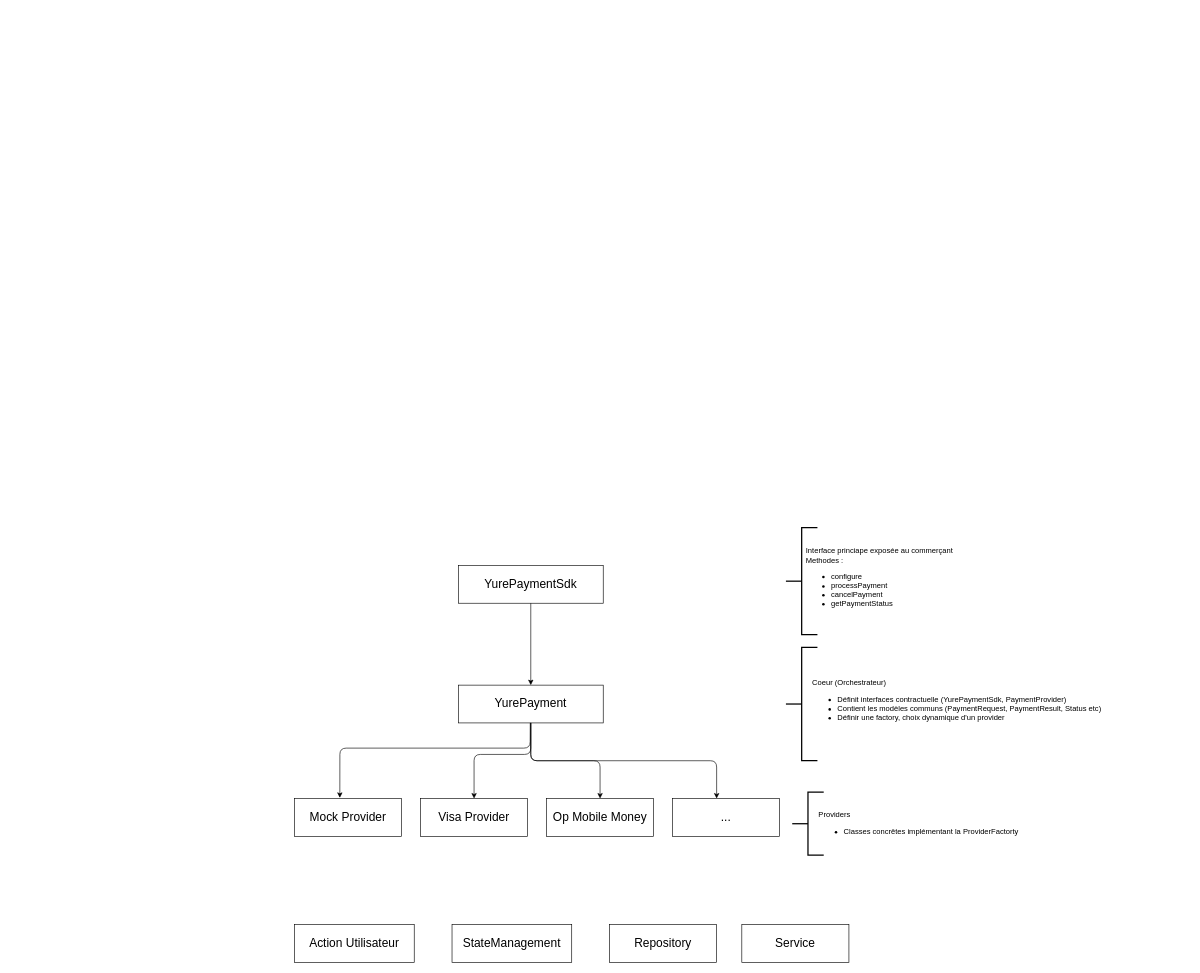
This is docs/architecture.drawio from yohan387/yure_pay, a draw.io file, before an edit. Source tidied: cells renumbered, new cells numbered last; positions are measured from the earlier drawing's top-left corner, leaving out a move shared by most shapes. Both pictures are drawn from the tidied source at 63%, with x=0, y=0 at pixel (294, 527).
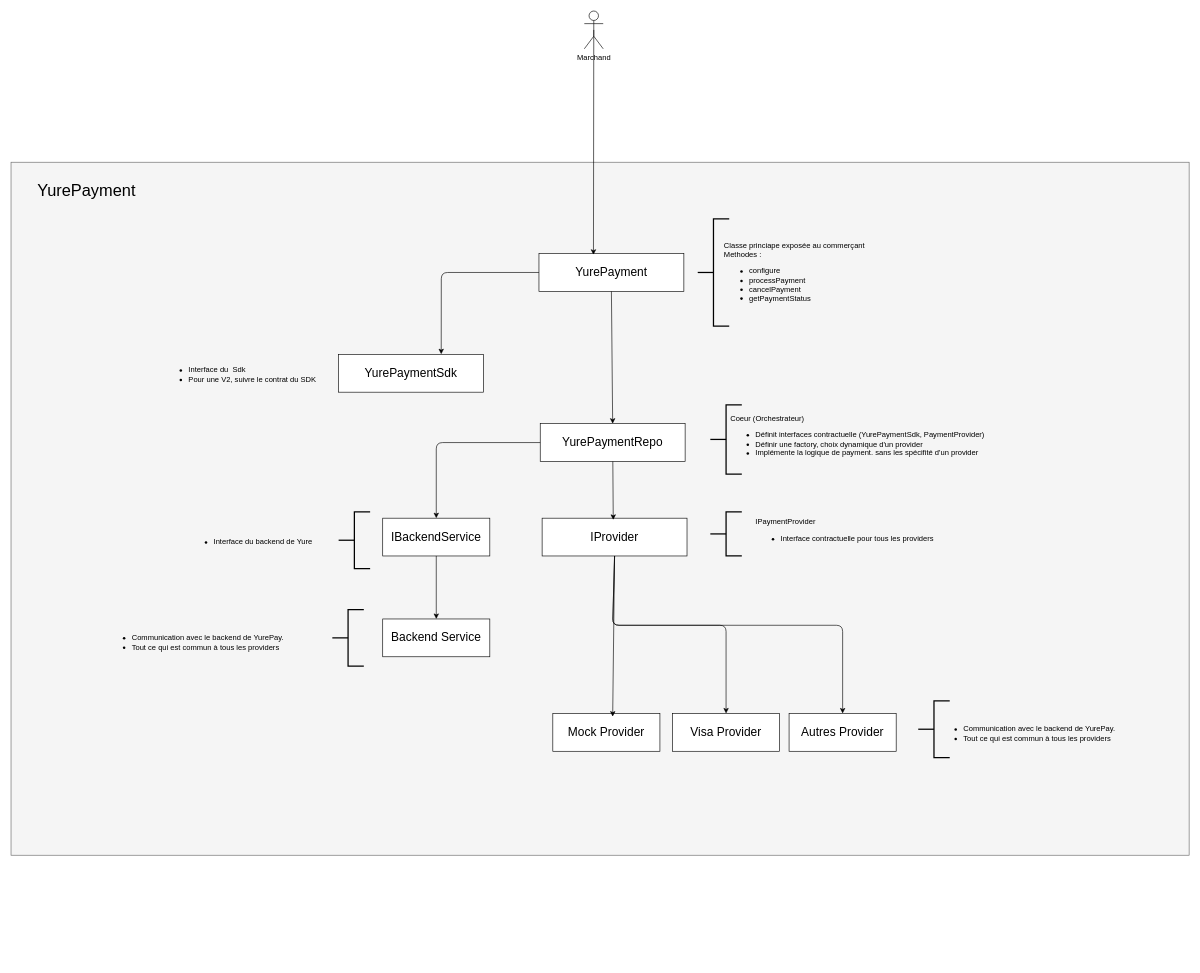
The same diagram, later.

The edit, as a diff of the source:
```diff
@@
+    <mxCell id="24" value="Marchand" style="shape=umlActor;verticalLabelPosition=bottom;verticalAlign=top;html=1;outlineConnect=0;" parent="1" vertex="1">
+      <mxGeometry x="460" y="-820" width="30" height="60" as="geometry" />
+    </mxCell>
+    <mxCell id="25" style="rounded=0;whiteSpace=wrap;html=1;fillColor=#f5f5f5;fontColor=#333333;strokeColor=#666666;" parent="1" vertex="1">
+      <mxGeometry x="-450" y="-580" width="1870" height="1100" as="geometry" />
+    </mxCell>
+    <mxCell id="26" style="group;" parent="1" vertex="1">
+      <mxGeometry x="-300" y="-490" width="1420" height="855" as="geometry" />
+    </mxCell>
-    <mxCell id="2" value="&lt;font style=&quot;font-size: 19px;&quot;&gt;YurePaymentSdk&lt;/font&gt;" style="rounded=0;whiteSpace=wrap;html=1;" parent="1" vertex="1">
-      <mxGeometry x="260" y="60" width="230" height="60" as="geometry" />
+    <mxCell id="2" value="&lt;font style=&quot;font-size: 19px;&quot;&gt;YurePaymentSdk&lt;/font&gt;" style="rounded=0;whiteSpace=wrap;html=1;" parent="26" vertex="1">
+      <mxGeometry x="370" y="215" width="230" height="60" as="geometry" />
     </mxCell>
-    <mxCell id="3" value="&lt;font style=&quot;font-size: 19px;&quot;&gt;YurePayment&lt;/font&gt;" style="rounded=0;whiteSpace=wrap;html=1;" parent="1" vertex="1">
-      <mxGeometry x="260" y="250" width="230" height="60" as="geometry" />
-    </mxCell>
+    <mxCell id="27" value="&lt;font style=&quot;font-size: 19px;&quot;&gt;YurePaymentRepo&lt;/font&gt;" style="rounded=0;whiteSpace=wrap;html=1;" parent="26" vertex="1">
+      <mxGeometry x="690" y="325" width="230" height="60" as="geometry" />
+    </mxCell>
-    <mxCell id="4" value="&lt;font style=&quot;font-size: 19px;&quot;&gt;Mock Provider&lt;/font&gt;" style="rounded=0;whiteSpace=wrap;html=1;" parent="1" vertex="1">
-      <mxGeometry y="430" width="170" height="60" as="geometry" />
+    <mxCell id="4" value="&lt;font style=&quot;font-size: 19px;&quot;&gt;Mock Provider&lt;/font&gt;" style="rounded=0;whiteSpace=wrap;html=1;" parent="26" vertex="1">
+      <mxGeometry x="710" y="785" width="170" height="60" as="geometry" />
     </mxCell>
-    <mxCell id="5" value="&lt;font style=&quot;font-size: 19px;&quot;&gt;Visa Provider&lt;/font&gt;" style="rounded=0;whiteSpace=wrap;html=1;" parent="1" vertex="1">
-      <mxGeometry x="200" y="430" width="170" height="60" as="geometry" />
+    <mxCell id="5" value="&lt;font style=&quot;font-size: 19px;&quot;&gt;Visa Provider&lt;/font&gt;" style="rounded=0;whiteSpace=wrap;html=1;" parent="26" vertex="1">
+      <mxGeometry x="900" y="785" width="170" height="60" as="geometry" />
     </mxCell>
-    <mxCell id="6" value="&lt;span style=&quot;font-size: 19px;&quot;&gt;Op Mobile Money&lt;/span&gt;" style="rounded=0;whiteSpace=wrap;html=1;" parent="1" vertex="1">
-      <mxGeometry x="400" y="430" width="170" height="60" as="geometry" />
-    </mxCell>
-    <mxCell id="7" value="&lt;font style=&quot;font-size: 19px;&quot;&gt;...&lt;/font&gt;" style="rounded=0;whiteSpace=wrap;html=1;" parent="1" vertex="1">
-      <mxGeometry x="600" y="430" width="170" height="60" as="geometry" />
-    </mxCell>
-    <mxCell id="8" style="ellipse;whiteSpace=wrap;html=1;align=center;fillColor=none;strokeColor=none;perimeter=centerPerimeter;" parent="1" vertex="1">
-      <mxGeometry x="480" y="390" width="10" height="10" as="geometry" />
-    </mxCell>
-    <mxCell id="9" style="strokeWidth=2;html=1;shape=mxgraph.flowchart.annotation_2;align=left;labelPosition=right;" parent="1" vertex="1">
-      <mxGeometry x="780" y="190" width="50" height="180" as="geometry" />
-    </mxCell>
-    <mxCell id="10" style="strokeWidth=2;html=1;shape=mxgraph.flowchart.annotation_2;align=left;labelPosition=right;" parent="1" vertex="1">
-      <mxGeometry x="780" width="50" height="170" as="geometry" />
-    </mxCell>
-    <mxCell id="11" value="Interface princiape exposée au commerçant&lt;div&gt;Methodes :&amp;nbsp;&lt;/div&gt;&lt;div&gt;&lt;ul&gt;&lt;li&gt;configure&lt;/li&gt;&lt;li&gt;processPayment&lt;/li&gt;&lt;li&gt;cancelPayment&lt;/li&gt;&lt;li&gt;getPaymentStatus&lt;/li&gt;&lt;/ul&gt;&lt;/div&gt;" style="text;html=1;align=left;verticalAlign=middle;strokeColor=none;fillColor=none;" parent="1" vertex="1">
-      <mxGeometry x="810" y="10" width="260" height="150" as="geometry" />
-    </mxCell>
-    <mxCell id="12" value="Coeur (Orchestrateur)&lt;div&gt;&lt;ul&gt;&lt;li&gt;Définit interfaces contractuelle (YurePaymentSdk, PaymentProvider)&lt;/li&gt;&lt;li&gt;Contient les modèles communs (PaymentRequest, PaymentResult, Status etc)&lt;/li&gt;&lt;li&gt;Définir une factory, choix dynamique d'un provider&lt;/li&gt;&lt;/ul&gt;&lt;/div&gt;" style="text;html=1;align=left;verticalAlign=middle;strokeColor=none;fillColor=none;" parent="1" vertex="1">
-      <mxGeometry x="820" y="225" width="480" height="110" as="geometry" />
-    </mxCell>
-    <mxCell id="13" style="strokeWidth=2;html=1;shape=mxgraph.flowchart.annotation_2;align=left;labelPosition=right;" parent="1" vertex="1">
-      <mxGeometry x="790" y="420" width="50" height="100" as="geometry" />
-    </mxCell>
-    <mxCell id="14" value="Providers&lt;div&gt;&lt;ul&gt;&lt;li&gt;Classes concrêtes implémentant la ProviderFactorty&lt;/li&gt;&lt;/ul&gt;&lt;/div&gt;" style="text;html=1;align=left;verticalAlign=middle;strokeColor=none;fillColor=none;" parent="1" vertex="1">
-      <mxGeometry x="830" y="440" width="340" height="70" as="geometry" />
-    </mxCell>
+    <mxCell id="28" value="&lt;span style=&quot;font-size: 19px;&quot;&gt;IBackendService&lt;/span&gt;" style="rounded=0;whiteSpace=wrap;html=1;" parent="26" vertex="1">
+      <mxGeometry x="440" y="475" width="170" height="60" as="geometry" />
+    </mxCell>
+    <mxCell id="29" value="&lt;font style=&quot;font-size: 19px;&quot;&gt;Autres Provider&lt;/font&gt;" style="rounded=0;whiteSpace=wrap;html=1;" parent="26" vertex="1">
+      <mxGeometry x="1085" y="785" width="170" height="60" as="geometry" />
+    </mxCell>
+    <mxCell id="30" style="ellipse;whiteSpace=wrap;html=1;align=center;fillColor=none;strokeColor=none;perimeter=centerPerimeter;" parent="26" vertex="1">
+      <mxGeometry x="910" y="525" width="10" height="10" as="geometry" />
+    </mxCell>
+    <mxCell id="31" style="strokeWidth=2;html=1;shape=mxgraph.flowchart.annotation_2;align=left;labelPosition=right;" parent="26" vertex="1">
+      <mxGeometry x="960" y="295" width="50" height="110" as="geometry" />
+    </mxCell>
+    <mxCell id="32" style="strokeWidth=2;html=1;shape=mxgraph.flowchart.annotation_2;align=left;labelPosition=right;" parent="26" vertex="1">
+      <mxGeometry x="940" width="50" height="170" as="geometry" />
+    </mxCell>
+    <mxCell id="33" value="Classe princiape exposée au commerçant&lt;div&gt;Methodes :&amp;nbsp;&lt;/div&gt;&lt;div&gt;&lt;ul&gt;&lt;li&gt;configure&lt;/li&gt;&lt;li&gt;processPayment&lt;/li&gt;&lt;li&gt;cancelPayment&lt;/li&gt;&lt;li&gt;getPaymentStatus&lt;/li&gt;&lt;/ul&gt;&lt;/div&gt;" style="text;html=1;align=left;verticalAlign=middle;strokeColor=none;fillColor=none;" parent="26" vertex="1">
+      <mxGeometry x="980" y="15" width="250" height="150" as="geometry" />
+    </mxCell>
+    <mxCell id="34" value="Coeur (Orchestrateur)&lt;div&gt;&lt;ul&gt;&lt;li&gt;Définit interfaces contractuelle (YurePaymentSdk, PaymentProvider)&lt;/li&gt;&lt;li&gt;Définir une factory, choix dynamique d'un provider&lt;/li&gt;&lt;li&gt;Implémente la logique de payment. sans les spécifité d'un provider&lt;/li&gt;&lt;/ul&gt;&lt;/div&gt;" style="text;html=1;align=left;verticalAlign=middle;strokeColor=none;fillColor=none;" parent="26" vertex="1">
+      <mxGeometry x="990" y="295" width="430" height="110" as="geometry" />
+    </mxCell>
+    <mxCell id="35" style="strokeWidth=2;html=1;shape=mxgraph.flowchart.annotation_2;align=left;labelPosition=right;" parent="26" vertex="1">
+      <mxGeometry x="960" y="465" width="50" height="70" as="geometry" />
+    </mxCell>
+    <mxCell id="36" value="&lt;br&gt;&lt;div&gt;&lt;ul&gt;&lt;li&gt;Communication avec le backend de YurePay.&lt;/li&gt;&lt;li&gt;Tout ce qui est commun à tous les providers&lt;/li&gt;&lt;/ul&gt;&lt;/div&gt;" style="text;html=1;align=left;verticalAlign=middle;strokeColor=none;fillColor=none;" parent="26" vertex="1">
+      <mxGeometry y="620" width="300" height="90" as="geometry" />
+    </mxCell>
-    <mxCell id="15" style="endArrow=classic;html=1;exitX=0.5;exitY=1;exitDx=0;exitDy=0;entryX=0.5;entryY=0;entryDx=0;entryDy=0;" parent="1" edge="1" source="2" target="3">
-      <mxGeometry relative="1" as="geometry" />
+    <mxCell id="15" style="endArrow=none;html=1;exitX=0.708;exitY=-0.004;exitDx=0;exitDy=0;entryX=0;entryY=0.5;entryDx=0;entryDy=0;endFill=0;startArrow=classic;startFill=1;exitPerimeter=0;" parent="26" edge="1" source="2" target="3">
+      <mxGeometry relative="1" as="geometry">
+        <Array as="points">
+          <mxPoint x="533" y="85" />
+        </Array>
+      </mxGeometry>
     </mxCell>
-    <mxCell id="16" style="endArrow=classic;html=1;exitX=0.5;exitY=1;exitDx=0;exitDy=0;entryX=0.423;entryY=-0.018;entryDx=0;entryDy=0;entryPerimeter=0;" parent="1" edge="1" target="4">
-      <mxGeometry relative="1" as="geometry">
-        <mxPoint x="374.2" y="310" as="sourcePoint" />
-        <Array as="points">
-          <mxPoint x="374" y="350" />
-          <mxPoint x="72" y="350" />
-        </Array>
-      </mxGeometry>
-    </mxCell>
-    <mxCell id="17" style="endArrow=classic;html=1;entryX=0.5;entryY=0;entryDx=0;entryDy=0;exitX=0.5;exitY=1;exitDx=0;exitDy=0;" parent="1" edge="1" source="3" target="5">
-      <mxGeometry relative="1" as="geometry">
-        <Array as="points">
-          <mxPoint x="375" y="360" />
-          <mxPoint x="285" y="360" />
-        </Array>
-      </mxGeometry>
-    </mxCell>
-    <mxCell id="18" style="endArrow=classic;html=1;entryX=0.5;entryY=0;entryDx=0;entryDy=0;exitX=0.5;exitY=1;exitDx=0;exitDy=0;" parent="1" edge="1" source="3" target="6">
-      <mxGeometry relative="1" as="geometry">
-        <Array as="points">
-          <mxPoint x="375" y="370" />
-          <mxPoint x="485" y="370" />
-        </Array>
-      </mxGeometry>
-    </mxCell>
-    <mxCell id="19" style="endArrow=classic;html=1;entryX=0.5;entryY=0;entryDx=0;entryDy=0;exitX=0.5;exitY=1;exitDx=0;exitDy=0;" parent="1" edge="1" source="3">
-      <mxGeometry relative="1" as="geometry">
-        <mxPoint x="670" y="430" as="targetPoint" />
-        <Array as="points">
-          <mxPoint x="375" y="370" />
-          <mxPoint x="670" y="370" />
-        </Array>
-      </mxGeometry>
-    </mxCell>
-    <mxCell id="20" value="&lt;font style=&quot;font-size: 19px;&quot;&gt;Repository&lt;/font&gt;" style="rounded=0;whiteSpace=wrap;html=1;" parent="1" vertex="1">
-      <mxGeometry x="500" y="630" width="170" height="60" as="geometry" />
-    </mxCell>
-    <mxCell id="21" value="&lt;font style=&quot;font-size: 19px;&quot;&gt;StateManagement&lt;/font&gt;" style="rounded=0;whiteSpace=wrap;html=1;" parent="1" vertex="1">
-      <mxGeometry x="250" y="630" width="190" height="60" as="geometry" />
-    </mxCell>
-    <mxCell id="22" value="&lt;font style=&quot;font-size: 19px;&quot;&gt;Service&lt;/font&gt;" style="rounded=0;whiteSpace=wrap;html=1;" parent="1" vertex="1">
-      <mxGeometry x="710" y="630" width="170" height="60" as="geometry" />
-    </mxCell>
-    <mxCell id="23" value="&lt;font style=&quot;font-size: 19px;&quot;&gt;Action Utilisateur&lt;/font&gt;" style="rounded=0;whiteSpace=wrap;html=1;" parent="1" vertex="1">
-      <mxGeometry y="630" width="190" height="60" as="geometry" />
-    </mxCell>
+    <mxCell id="37" style="endArrow=classic;html=1;entryX=0.5;entryY=0;entryDx=0;entryDy=0;exitX=0;exitY=0.5;exitDx=0;exitDy=0;" parent="26" edge="1" source="27" target="28">
+      <mxGeometry relative="1" as="geometry">
+        <Array as="points">
+          <mxPoint x="525" y="355" />
+        </Array>
+      </mxGeometry>
+    </mxCell>
+    <mxCell id="3" value="&lt;font style=&quot;font-size: 19px;&quot;&gt;YurePayment&lt;/font&gt;" style="rounded=0;whiteSpace=wrap;html=1;" parent="26" vertex="1">
+      <mxGeometry x="688" y="55" width="230" height="60" as="geometry" />
+    </mxCell>
+    <mxCell id="38" style="endArrow=none;html=1;exitX=0.5;exitY=0;exitDx=0;exitDy=0;entryX=0.5;entryY=1;entryDx=0;entryDy=0;endFill=0;startArrow=classic;startFill=1;" parent="26" edge="1" source="27" target="3">
+      <mxGeometry relative="1" as="geometry" />
+    </mxCell>
+    <mxCell id="39" style="endArrow=none;html=1;endFill=0;startArrow=classic;startFill=1;entryX=0.5;entryY=1;entryDx=0;entryDy=0;" parent="26" edge="1" target="40">
+      <mxGeometry relative="1" as="geometry">
+        <mxPoint x="805" y="790" as="sourcePoint" />
+      </mxGeometry>
+    </mxCell>
+    <mxCell id="40" value="&lt;font style=&quot;font-size: 19px;&quot;&gt;IProvider&lt;/font&gt;" style="rounded=0;whiteSpace=wrap;html=1;" parent="26" vertex="1">
+      <mxGeometry x="693" y="475" width="230" height="60" as="geometry" />
+    </mxCell>
+    <mxCell id="41" style="endArrow=none;html=1;endFill=0;startArrow=classic;startFill=1;entryX=0.5;entryY=1;entryDx=0;entryDy=0;exitX=0.5;exitY=0;exitDx=0;exitDy=0;" parent="26" edge="1" source="5" target="40">
+      <mxGeometry relative="1" as="geometry">
+        <Array as="points">
+          <mxPoint x="985" y="645" />
+          <mxPoint x="805" y="645" />
+        </Array>
+      </mxGeometry>
+    </mxCell>
+    <mxCell id="42" style="endArrow=none;html=1;endFill=0;startArrow=classic;startFill=1;entryX=0.5;entryY=1;entryDx=0;entryDy=0;exitX=0.5;exitY=0;exitDx=0;exitDy=0;" parent="26" edge="1" source="29" target="40">
+      <mxGeometry relative="1" as="geometry">
+        <Array as="points">
+          <mxPoint x="1170" y="645" />
+          <mxPoint x="805" y="645" />
+        </Array>
+      </mxGeometry>
+    </mxCell>
+    <mxCell id="43" value="&lt;span style=&quot;font-size: 19px;&quot;&gt;Backend Service&lt;/span&gt;" style="rounded=0;whiteSpace=wrap;html=1;" parent="26" vertex="1">
+      <mxGeometry x="440" y="635" width="170" height="60" as="geometry" />
+    </mxCell>
+    <mxCell id="44" style="endArrow=none;html=1;endFill=0;startArrow=classic;startFill=1;entryX=0.5;entryY=1;entryDx=0;entryDy=0;exitX=0.5;exitY=0;exitDx=0;exitDy=0;" parent="26" edge="1" source="43" target="28">
+      <mxGeometry relative="1" as="geometry" />
+    </mxCell>
+    <mxCell id="45" style="endArrow=none;html=1;endFill=0;startArrow=classic;startFill=1;exitX=0.491;exitY=0.044;exitDx=0;exitDy=0;exitPerimeter=0;" parent="26" edge="1" source="40" target="27">
+      <mxGeometry relative="1" as="geometry" />
+    </mxCell>
+    <mxCell id="46" value="IPaymentProvider&lt;div&gt;&lt;ul&gt;&lt;li&gt;Interface contractuelle pour tous les providers&lt;/li&gt;&lt;/ul&gt;&lt;/div&gt;" style="text;html=1;align=left;verticalAlign=middle;strokeColor=none;fillColor=none;" parent="26" vertex="1">
+      <mxGeometry x="1030" y="465" width="310" height="70" as="geometry" />
+    </mxCell>
+    <mxCell id="47" style="strokeWidth=2;html=1;shape=mxgraph.flowchart.annotation_2;align=left;labelPosition=right;" parent="26" vertex="1">
+      <mxGeometry x="1290" y="765" width="50" height="90" as="geometry" />
+    </mxCell>
+    <mxCell id="48" style="strokeWidth=2;html=1;shape=mxgraph.flowchart.annotation_2;align=left;labelPosition=right;" parent="26" vertex="1">
+      <mxGeometry x="360" y="620" width="50" height="90" as="geometry" />
+    </mxCell>
+    <mxCell id="49" style="strokeWidth=2;html=1;shape=mxgraph.flowchart.annotation_2;align=left;labelPosition=right;" parent="26" vertex="1">
+      <mxGeometry x="370" y="465" width="50" height="90" as="geometry" />
+    </mxCell>
+    <mxCell id="50" value="&lt;br&gt;&lt;div&gt;&lt;ul&gt;&lt;li&gt;Interface du backend de Yure&lt;/li&gt;&lt;/ul&gt;&lt;/div&gt;" style="text;html=1;align=left;verticalAlign=middle;strokeColor=none;fillColor=none;" parent="26" vertex="1">
+      <mxGeometry x="130" y="470" width="220" height="70" as="geometry" />
+    </mxCell>
+    <mxCell id="51" value="&lt;br&gt;&lt;div&gt;&lt;ul&gt;&lt;li&gt;Interface du&amp;nbsp; Sdk&lt;/li&gt;&lt;li&gt;Pour une V2, suivre le contrat du SDK&lt;/li&gt;&lt;/ul&gt;&lt;/div&gt;" style="text;html=1;align=left;verticalAlign=middle;strokeColor=none;fillColor=none;" parent="26" vertex="1">
+      <mxGeometry x="90" y="195" width="270" height="90" as="geometry" />
+    </mxCell>
+    <mxCell id="52" value="&lt;br&gt;&lt;div&gt;&lt;ul&gt;&lt;li&gt;Communication avec le backend de YurePay.&lt;/li&gt;&lt;li&gt;Tout ce qui est commun à tous les providers&lt;/li&gt;&lt;/ul&gt;&lt;/div&gt;" style="text;html=1;align=left;verticalAlign=middle;strokeColor=none;fillColor=none;" parent="1" vertex="1">
+      <mxGeometry x="1020" y="275" width="300" height="90" as="geometry" />
+    </mxCell>
+    <mxCell id="53" style="endArrow=none;html=1;entryX=0.5;entryY=0.5;entryDx=0;entryDy=0;endFill=0;startArrow=classic;startFill=1;exitX=0.376;exitY=0.031;exitDx=0;exitDy=0;exitPerimeter=0;entryPerimeter=0;" parent="1" edge="1" source="3" target="24">
+      <mxGeometry relative="1" as="geometry" />
+    </mxCell>
+    <mxCell id="54" value="&lt;font style=&quot;font-size: 26px;&quot;&gt;YurePayment&lt;/font&gt;" style="text;html=1;align=center;verticalAlign=middle;whiteSpace=wrap;rounded=0;" parent="1" vertex="1">
+      <mxGeometry x="-360" y="-550" width="60" height="30" as="geometry" />
+    </mxCell>
```
